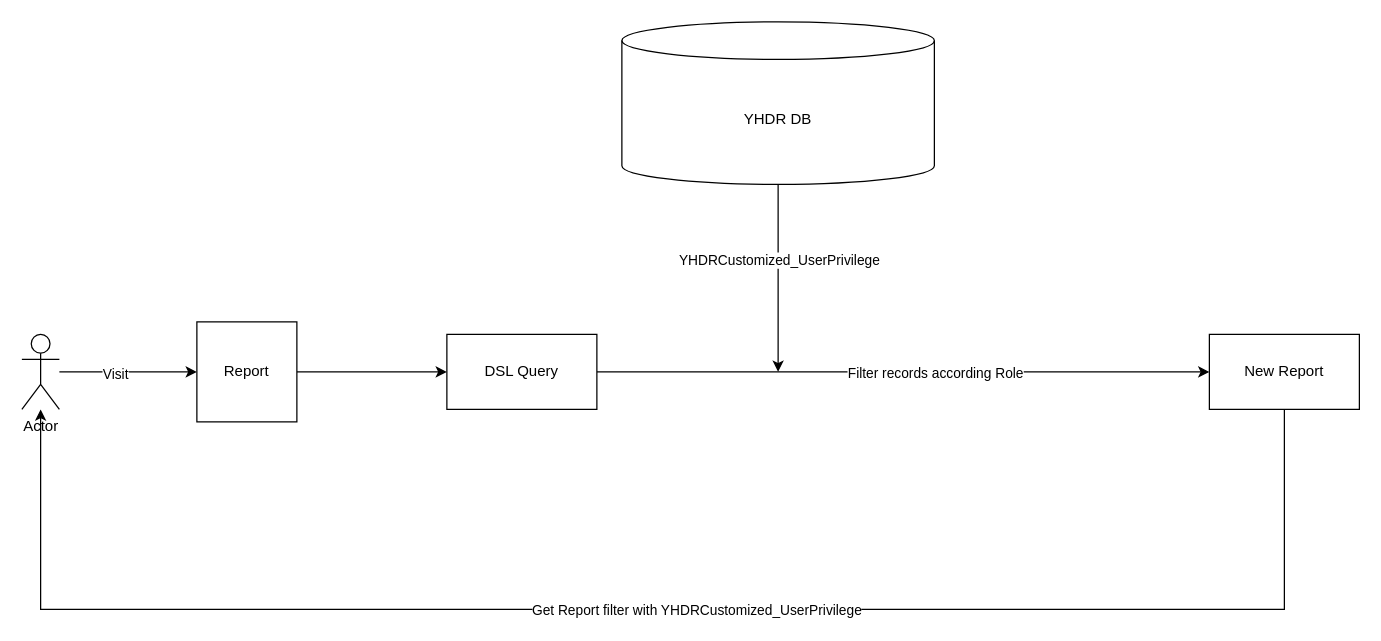
This is Untitled Diagram.drawio from slark091/TSDemo, a draw.io file, before an edit. Source tidied: cells renumbered, new cells numbered last; positions are measured from the earlier drawing's top-left corner, leaving out a move shared by most shapes. Both pictures are drawn from the tidied source at 125%, with x=0, y=0 at pixel (21, 21).
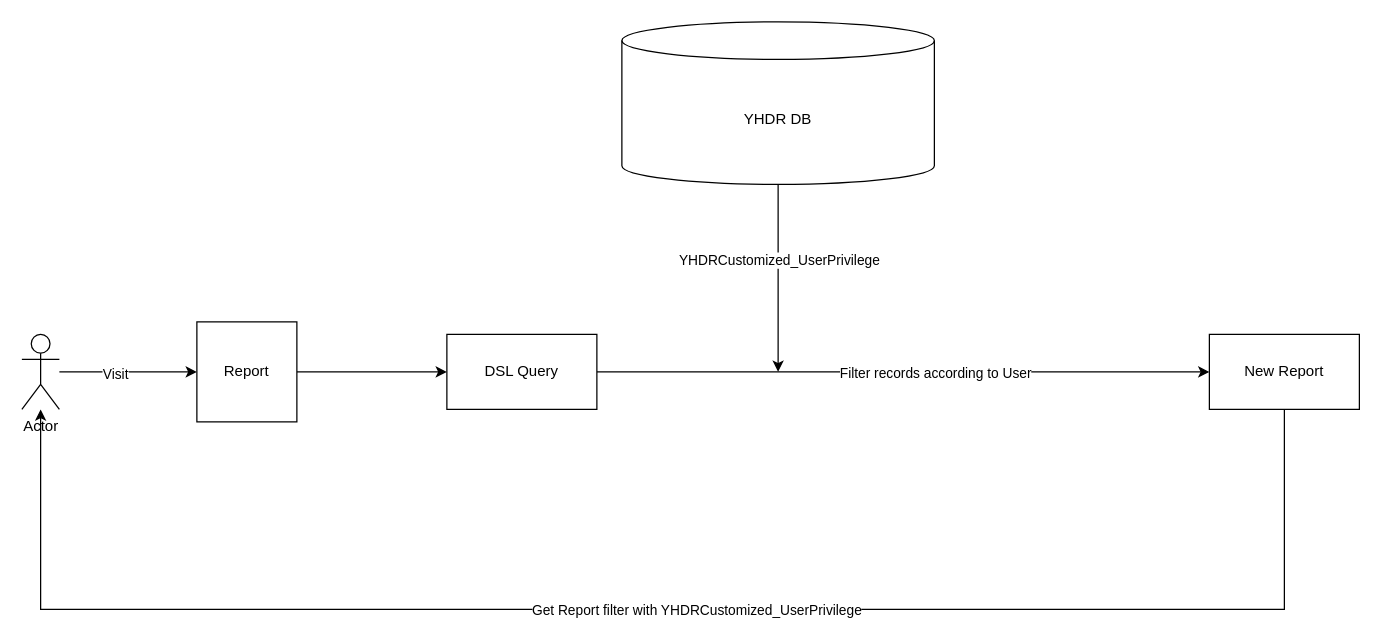
The same diagram, later.

The change refers to these unchanged cells:
```xml
<mxCell id="13" style="edgeStyle=orthogonalEdgeStyle;rounded=0;jettySize=auto;html=1;entryX=0;entryY=0.5;entryDx=0;entryDy=0;" parent="1" edge="1" source="15" target="6">
  <mxGeometry relative="1" as="geometry" />
</mxCell>
```

What changed in the source:
```diff
@@
-    <mxCell id="14" value="Filter records according Role" style="edgeLabel;html=1;align=center;verticalAlign=middle;" parent="13" vertex="1">
+    <mxCell id="14" value="Filter records according to User" style="edgeLabel;html=1;align=center;verticalAlign=middle;" parent="13" vertex="1">
       <mxGeometry x="-0.32" relative="1" as="geometry">
         <mxPoint x="469" as="offset" />
       </mxGeometry>
     </mxCell>
```
